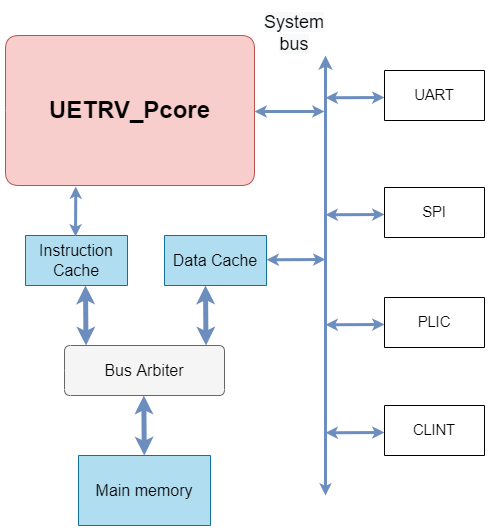
Above: docs/soc.png in ee-uet/UETRV_Pcore_doc (draw.io), before the change. Source tidied: cells renumbered, new cells last; positions are measured from the earlier drawing's top-left corner, leaving out a move shared by most shapes.
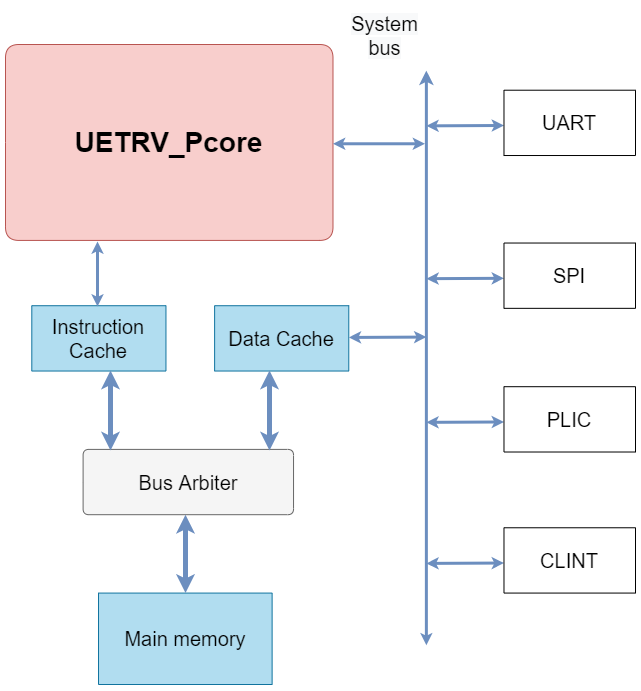
The same file after the commit.

What changed in the source:
```diff
@@ -2,115 +2,112 @@
   <root>
     <mxCell id="0" />
     <mxCell id="1" parent="0" />
-    <mxCell id="2" style="group;" parent="1" vertex="1">
-      <mxGeometry y="30" width="479" height="490" as="geometry" />
+    <mxCell id="2" value="&lt;div style=&quot;font-size: 28px;&quot;&gt;&lt;font face=&quot;helvetica&quot; style=&quot;font-size: 28px;&quot;&gt;UETRV_Pcore&lt;/font&gt;&lt;/div&gt;" style="verticalAlign=middle;align=center;vsdxID=1;fillColor=#f8cecc;gradientColor=none;shape=(stored shape, 192 characters);strokeColor=#b85450;spacingTop=-3;spacingBottom=-3;spacingLeft=-3;spacingRight=-3;labelBackgroundColor=none;rounded=1;html=1;whiteSpace=wrap;fontStyle=1;fontSize=28;arcSize=9;" parent="1" vertex="1">
+      <mxGeometry y="30" width="327.5" height="195.9" as="geometry" />
     </mxCell>
-    <mxCell id="3" value="&lt;div style=&quot;font-size: 24px;&quot;&gt;&lt;font face=&quot;helvetica&quot; style=&quot;font-size: 24px;&quot;&gt;UETRV_Pcore&lt;/font&gt;&lt;/div&gt;" style="verticalAlign=middle;align=center;vsdxID=1;fillColor=#f8cecc;gradientColor=none;shape=(stored shape, 192 characters);strokeColor=#b85450;spacingTop=-3;spacingBottom=-3;spacingLeft=-3;spacingRight=-3;labelBackgroundColor=none;rounded=1;html=1;whiteSpace=wrap;fontStyle=1;fontSize=24;arcSize=9;" parent="2" vertex="1">
-      <mxGeometry width="249" height="150" as="geometry" />
+    <mxCell id="3" value="&lt;div style=&quot;font-size: 20px;&quot;&gt;&lt;font style=&quot;font-size: 20px; font-family: helvetica; color: rgb(0, 0, 0); direction: ltr; letter-spacing: 0px; line-height: 120%; opacity: 1;&quot;&gt;Main memory&lt;/font&gt;&lt;/div&gt;" style="verticalAlign=middle;align=center;vsdxID=4;fillColor=#b1ddf0;shape=(stored shape, 160 characters);strokeColor=#10739e;spacingTop=-3;spacingBottom=-3;spacingLeft=-3;spacingRight=-3;labelBackgroundColor=none;rounded=0;html=1;whiteSpace=wrap;fontSize=20;" parent="1" vertex="1">
+      <mxGeometry x="93" y="578.6" width="173.6" height="91.4" as="geometry" />
     </mxCell>
-    <mxCell id="4" value="&lt;div style=&quot;font-size: 16px;&quot;&gt;&lt;font style=&quot;font-size: 16px; font-family: helvetica; color: rgb(0, 0, 0); direction: ltr; letter-spacing: 0px; line-height: 120%; opacity: 1;&quot;&gt;Main memory&lt;/font&gt;&lt;/div&gt;" style="verticalAlign=middle;align=center;vsdxID=4;fillColor=#b1ddf0;shape=(stored shape, 160 characters);strokeColor=#10739e;spacingTop=-3;spacingBottom=-3;spacingLeft=-3;spacingRight=-3;labelBackgroundColor=none;rounded=0;html=1;whiteSpace=wrap;fontSize=16;" parent="2" vertex="1">
-      <mxGeometry x="73" y="420" width="132" height="70" as="geometry" />
+    <mxCell id="4" value="&lt;div style=&quot;font-size: 20px;&quot;&gt;&lt;font style=&quot;font-size: 20px; font-family: helvetica; color: rgb(0, 0, 0); direction: ltr; letter-spacing: 0px; line-height: 120%; opacity: 1;&quot;&gt;Data Cache&lt;/font&gt;&lt;/div&gt;" style="verticalAlign=middle;align=center;vsdxID=4;fillColor=#b1ddf0;shape=(stored shape, 160 characters);strokeColor=#10739e;spacingTop=-3;spacingBottom=-3;spacingLeft=-3;spacingRight=-3;labelBackgroundColor=none;rounded=0;html=1;whiteSpace=wrap;fontSize=20;" parent="1" vertex="1">
+      <mxGeometry x="209.1" y="291.2" width="134.2" height="65.3" as="geometry" />
     </mxCell>
-    <mxCell id="5" value="&lt;div style=&quot;font-size: 16px;&quot;&gt;&lt;font style=&quot;font-size: 16px; font-family: helvetica; color: rgb(0, 0, 0); direction: ltr; letter-spacing: 0px; line-height: 120%; opacity: 1;&quot;&gt;Data Cache&lt;/font&gt;&lt;/div&gt;" style="verticalAlign=middle;align=center;vsdxID=4;fillColor=#b1ddf0;shape=(stored shape, 160 characters);strokeColor=#10739e;spacingTop=-3;spacingBottom=-3;spacingLeft=-3;spacingRight=-3;labelBackgroundColor=none;rounded=0;html=1;whiteSpace=wrap;fontSize=16;" parent="2" vertex="1">
-      <mxGeometry x="159" y="200" width="102" height="50" as="geometry" />
+    <mxCell id="5" value="&lt;div style=&quot;font-size: 20px;&quot;&gt;&lt;font style=&quot;font-size: 20px; font-family: helvetica; color: rgb(0, 0, 0); direction: ltr; letter-spacing: 0px; line-height: 120%; opacity: 1;&quot;&gt;Instruction Cache&lt;/font&gt;&lt;/div&gt;" style="verticalAlign=middle;align=center;vsdxID=4;fillColor=#b1ddf0;shape=(stored shape, 160 characters);strokeColor=#10739e;spacingTop=-3;spacingBottom=-3;spacingLeft=-3;spacingRight=-3;labelBackgroundColor=none;rounded=0;html=1;whiteSpace=wrap;fontSize=20;" parent="1" vertex="1">
+      <mxGeometry x="26.3" y="291.2" width="134.2" height="65.3" as="geometry" />
     </mxCell>
-    <mxCell id="6" value="&lt;div style=&quot;font-size: 16px;&quot;&gt;&lt;font style=&quot;font-size: 16px; font-family: helvetica; color: rgb(0, 0, 0); direction: ltr; letter-spacing: 0px; line-height: 120%; opacity: 1;&quot;&gt;Instruction Cache&lt;/font&gt;&lt;/div&gt;" style="verticalAlign=middle;align=center;vsdxID=4;fillColor=#b1ddf0;shape=(stored shape, 160 characters);strokeColor=#10739e;spacingTop=-3;spacingBottom=-3;spacingLeft=-3;spacingRight=-3;labelBackgroundColor=none;rounded=0;html=1;whiteSpace=wrap;fontSize=16;" parent="2" vertex="1">
-      <mxGeometry x="20" y="200" width="102" height="50" as="geometry" />
+    <mxCell id="6" value="&lt;div style=&quot;font-size: 20px;&quot;&gt;&lt;font style=&quot;font-size: 20px; font-family: Helvetica; color: rgb(0, 0, 0); direction: ltr; letter-spacing: 0px; line-height: 120%; opacity: 1;&quot;&gt;Bus Arbiter&lt;/font&gt;&lt;/div&gt;" style="verticalAlign=middle;align=center;vsdxID=14;fillColor=#f5f5f5;shape=(stored shape, 188 characters);strokeColor=#666666;spacingTop=-3;spacingBottom=-3;spacingLeft=-3;spacingRight=-3;labelBackgroundColor=none;rounded=1;html=1;whiteSpace=wrap;fontColor=#333333;arcSize=0;fontSize=20;" parent="1" vertex="1">
+      <mxGeometry x="77.6" y="434.9" width="210.4" height="65.3" as="geometry" />
     </mxCell>
-    <mxCell id="7" value="&lt;div style=&quot;font-size: 16px;&quot;&gt;&lt;font style=&quot;font-size: 16px; font-family: Helvetica; color: rgb(0, 0, 0); direction: ltr; letter-spacing: 0px; line-height: 120%; opacity: 1;&quot;&gt;Bus Arbiter&lt;/font&gt;&lt;/div&gt;" style="verticalAlign=middle;align=center;vsdxID=14;fillColor=#f5f5f5;shape=(stored shape, 188 characters);strokeColor=#666666;spacingTop=-3;spacingBottom=-3;spacingLeft=-3;spacingRight=-3;labelBackgroundColor=none;rounded=1;html=1;whiteSpace=wrap;fontColor=#333333;arcSize=0;fontSize=16;" parent="2" vertex="1">
-      <mxGeometry x="59" y="310" width="160" height="50" as="geometry" />
+    <mxCell id="7" style="vsdxID=16;edgeStyle=none;startArrow=classic;endArrow=classic;startSize=3;endSize=3;strokeColor=#6c8ebf;spacingTop=0;spacingBottom=0;spacingLeft=0;spacingRight=0;verticalAlign=middle;html=1;labelBackgroundColor=#ffffff;rounded=0;strokeWidth=3;fontSize=19;" parent="1" edge="1">
+      <mxGeometry relative="1" as="geometry">
+        <mxPoint x="327.5" y="129.3" as="sourcePoint" />
+        <mxPoint x="419.6" y="129.3" as="targetPoint" />
+        <mxPoint x="-30" y="102" as="offset" />
+      </mxGeometry>
     </mxCell>
-    <mxCell id="8" style="vsdxID=16;edgeStyle=none;startArrow=classic;endArrow=classic;startSize=3;endSize=3;strokeColor=#6c8ebf;spacingTop=0;spacingBottom=0;spacingLeft=0;spacingRight=0;verticalAlign=middle;html=1;labelBackgroundColor=#ffffff;rounded=0;strokeWidth=3;" parent="2" edge="1">
+    <mxCell id="8" style="vsdxID=2;edgeStyle=none;startArrow=classic;endArrow=classic;startSize=3;endSize=5;strokeColor=#6c8ebf;spacingTop=0;spacingBottom=0;spacingLeft=0;spacingRight=0;verticalAlign=middle;html=1;labelBackgroundColor=#ffffff;rounded=0;strokeWidth=3;fontSize=19;" parent="1" edge="1">
       <mxGeometry relative="1" as="geometry">
-        <mxPoint x="249" y="76" as="sourcePoint" />
-        <mxPoint x="319" y="76" as="targetPoint" />
-        <mxPoint x="-30" y="102" as="offset" />
+        <mxPoint x="420.9" y="630.8" as="sourcePoint" />
+        <mxPoint x="420.9" y="56.1" as="targetPoint" />
+        <mxPoint y="321" as="offset" />
       </mxGeometry>
     </mxCell>
-    <mxCell id="9" style="vsdxID=2;edgeStyle=none;startArrow=classic;endArrow=classic;startSize=3;endSize=5;strokeColor=#6c8ebf;spacingTop=0;spacingBottom=0;spacingLeft=0;spacingRight=0;verticalAlign=middle;html=1;labelBackgroundColor=#ffffff;rounded=0;strokeWidth=3;" parent="2" edge="1">
+    <mxCell id="9" style="vsdxID=16;edgeStyle=none;startArrow=classic;endArrow=classic;startSize=3;endSize=3;strokeColor=#6c8ebf;spacingTop=0;spacingBottom=0;spacingLeft=0;spacingRight=0;verticalAlign=middle;html=1;labelBackgroundColor=#ffffff;rounded=0;strokeWidth=3;fontSize=19;" parent="1" edge="1">
       <mxGeometry relative="1" as="geometry">
-        <mxPoint x="320" y="460" as="sourcePoint" />
-        <mxPoint x="320" y="20" as="targetPoint" />
-        <mxPoint y="321" as="offset" />
+        <mxPoint x="343.3" y="323" as="sourcePoint" />
+        <mxPoint x="420.9" y="322.6" as="targetPoint" />
+        <mxPoint x="-30" y="102" as="offset" />
       </mxGeometry>
     </mxCell>
-    <mxCell id="10" style="vsdxID=16;edgeStyle=none;startArrow=classic;endArrow=classic;startSize=3;endSize=3;strokeColor=#6c8ebf;spacingTop=0;spacingBottom=0;spacingLeft=0;spacingRight=0;verticalAlign=middle;html=1;labelBackgroundColor=#ffffff;rounded=0;strokeWidth=3;" parent="2" edge="1">
+    <mxCell id="10" style="vsdxID=16;edgeStyle=none;startArrow=classic;endArrow=classic;startSize=3;endSize=3;strokeColor=#6c8ebf;spacingTop=0;spacingBottom=0;spacingLeft=0;spacingRight=0;verticalAlign=middle;html=1;labelBackgroundColor=#ffffff;rounded=0;strokeWidth=3;fontSize=19;" parent="1" edge="1">
       <mxGeometry relative="1" as="geometry">
-        <mxPoint x="261" y="224.3" as="sourcePoint" />
-        <mxPoint x="320" y="224" as="targetPoint" />
+        <mxPoint x="420.9" y="111.4" as="sourcePoint" />
+        <mxPoint x="498.5" y="111" as="targetPoint" />
         <mxPoint x="-30" y="102" as="offset" />
       </mxGeometry>
     </mxCell>
-    <mxCell id="11" style="vsdxID=16;edgeStyle=none;startArrow=classic;endArrow=classic;startSize=3;endSize=3;strokeColor=#6c8ebf;spacingTop=0;spacingBottom=0;spacingLeft=0;spacingRight=0;verticalAlign=middle;html=1;labelBackgroundColor=#ffffff;rounded=0;strokeWidth=3;" parent="2" edge="1">
-      <mxGeometry relative="1" as="geometry">
-        <mxPoint x="320" y="62.3" as="sourcePoint" />
-        <mxPoint x="379" y="62" as="targetPoint" />
-        <mxPoint x="-30" y="102" as="offset" />
-      </mxGeometry>
+    <mxCell id="11" value="&lt;div style=&quot;font-size: 20px;&quot;&gt;&lt;font style=&quot;font-size: 20px; font-family: Helvetica; color: rgb(0, 0, 0); direction: ltr; letter-spacing: 0px; line-height: 120%; opacity: 1;&quot;&gt;UART&lt;/font&gt;&lt;/div&gt;" style="verticalAlign=middle;align=center;vsdxID=6;shape=(stored shape, 160 characters);spacingTop=-3;spacingBottom=-3;spacingLeft=-3;spacingRight=-3;labelBackgroundColor=none;rounded=0;html=1;whiteSpace=wrap;fontSize=20;" parent="1" vertex="1">
+      <mxGeometry x="498.5" y="75.7" width="131.5" height="65.3" as="geometry" />
     </mxCell>
-    <mxCell id="12" value="&lt;div style=&quot;font-size: 1px&quot;&gt;&lt;font style=&quot;font-size:14.55px;font-family:Helvetica;color:#000000;direction:ltr;letter-spacing:0px;line-height:120%;opacity:1&quot;&gt;UART&lt;/font&gt;&lt;/div&gt;" style="verticalAlign=middle;align=center;vsdxID=6;shape=(stored shape, 160 characters);spacingTop=-3;spacingBottom=-3;spacingLeft=-3;spacingRight=-3;labelBackgroundColor=none;rounded=0;html=1;whiteSpace=wrap;" parent="2" vertex="1">
-      <mxGeometry x="379" y="35" width="100" height="50" as="geometry" />
+    <mxCell id="12" style="vsdxID=16;edgeStyle=none;startArrow=classic;endArrow=classic;startSize=3;endSize=3;strokeColor=#6c8ebf;spacingTop=0;spacingBottom=0;spacingLeft=0;spacingRight=0;verticalAlign=middle;html=1;labelBackgroundColor=#ffffff;rounded=0;strokeWidth=3;fontSize=19;" parent="1" edge="1">
+      <mxGeometry relative="1" as="geometry">
+        <mxPoint x="420.9" y="264.2" as="sourcePoint" />
+        <mxPoint x="498.5" y="263.8" as="targetPoint" />
+        <mxPoint x="-30" y="102" as="offset" />
+      </mxGeometry>
     </mxCell>
-    <mxCell id="13" style="vsdxID=16;edgeStyle=none;startArrow=classic;endArrow=classic;startSize=3;endSize=3;strokeColor=#6c8ebf;spacingTop=0;spacingBottom=0;spacingLeft=0;spacingRight=0;verticalAlign=middle;html=1;labelBackgroundColor=#ffffff;rounded=0;strokeWidth=3;" parent="2" edge="1">
-      <mxGeometry relative="1" as="geometry">
-        <mxPoint x="320" y="179.3" as="sourcePoint" />
-        <mxPoint x="379" y="179" as="targetPoint" />
-        <mxPoint x="-30" y="102" as="offset" />
-      </mxGeometry>
+    <mxCell id="13" value="&lt;div style=&quot;font-size: 20px;&quot;&gt;&lt;font style=&quot;font-size: 20px; font-family: Helvetica; color: rgb(0, 0, 0); direction: ltr; letter-spacing: 0px; line-height: 120%; opacity: 1;&quot;&gt;SPI&lt;/font&gt;&lt;/div&gt;" style="verticalAlign=middle;align=center;vsdxID=6;shape=(stored shape, 160 characters);spacingTop=-3;spacingBottom=-3;spacingLeft=-3;spacingRight=-3;labelBackgroundColor=none;rounded=0;html=1;whiteSpace=wrap;fontSize=20;" parent="1" vertex="1">
+      <mxGeometry x="498.5" y="228.5" width="131.5" height="65.3" as="geometry" />
     </mxCell>
-    <mxCell id="14" value="&lt;div style=&quot;font-size: 1px&quot;&gt;&lt;font style=&quot;font-size:14.55px;font-family:Helvetica;color:#000000;direction:ltr;letter-spacing:0px;line-height:120%;opacity:1&quot;&gt;SPI&lt;/font&gt;&lt;/div&gt;" style="verticalAlign=middle;align=center;vsdxID=6;shape=(stored shape, 160 characters);spacingTop=-3;spacingBottom=-3;spacingLeft=-3;spacingRight=-3;labelBackgroundColor=none;rounded=0;html=1;whiteSpace=wrap;" parent="2" vertex="1">
-      <mxGeometry x="379" y="152" width="100" height="50" as="geometry" />
+    <mxCell id="14" style="vsdxID=16;edgeStyle=none;startArrow=classic;endArrow=classic;startSize=3;endSize=3;strokeColor=#6c8ebf;spacingTop=0;spacingBottom=0;spacingLeft=0;spacingRight=0;verticalAlign=middle;html=1;labelBackgroundColor=#ffffff;rounded=0;strokeWidth=3;fontSize=19;" parent="1" edge="1">
+      <mxGeometry relative="1" as="geometry">
+        <mxPoint x="420.9" y="407.8" as="sourcePoint" />
+        <mxPoint x="498.5" y="407.5" as="targetPoint" />
+        <mxPoint x="-30" y="102" as="offset" />
+      </mxGeometry>
     </mxCell>
-    <mxCell id="15" style="vsdxID=16;edgeStyle=none;startArrow=classic;endArrow=classic;startSize=3;endSize=3;strokeColor=#6c8ebf;spacingTop=0;spacingBottom=0;spacingLeft=0;spacingRight=0;verticalAlign=middle;html=1;labelBackgroundColor=#ffffff;rounded=0;strokeWidth=3;" parent="2" edge="1">
-      <mxGeometry relative="1" as="geometry">
-        <mxPoint x="320" y="289.3" as="sourcePoint" />
-        <mxPoint x="379" y="289" as="targetPoint" />
-        <mxPoint x="-30" y="102" as="offset" />
-      </mxGeometry>
+    <mxCell id="15" value="&lt;div style=&quot;font-size: 20px;&quot;&gt;&lt;font style=&quot;font-size: 20px; font-family: Helvetica; color: rgb(0, 0, 0); direction: ltr; letter-spacing: 0px; line-height: 120%; opacity: 1;&quot;&gt;PLIC&lt;/font&gt;&lt;/div&gt;" style="verticalAlign=middle;align=center;vsdxID=6;shape=(stored shape, 160 characters);spacingTop=-3;spacingBottom=-3;spacingLeft=-3;spacingRight=-3;labelBackgroundColor=none;rounded=0;html=1;whiteSpace=wrap;fontSize=20;" parent="1" vertex="1">
+      <mxGeometry x="498.5" y="372.2" width="131.5" height="65.3" as="geometry" />
     </mxCell>
-    <mxCell id="16" value="&lt;div style=&quot;font-size: 1px&quot;&gt;&lt;font style=&quot;font-size:14.55px;font-family:Helvetica;color:#000000;direction:ltr;letter-spacing:0px;line-height:120%;opacity:1&quot;&gt;PLIC&lt;/font&gt;&lt;/div&gt;" style="verticalAlign=middle;align=center;vsdxID=6;shape=(stored shape, 160 characters);spacingTop=-3;spacingBottom=-3;spacingLeft=-3;spacingRight=-3;labelBackgroundColor=none;rounded=0;html=1;whiteSpace=wrap;" parent="2" vertex="1">
-      <mxGeometry x="379" y="262" width="100" height="50" as="geometry" />
+    <mxCell id="16" style="vsdxID=16;edgeStyle=none;startArrow=classic;endArrow=classic;startSize=3;endSize=3;strokeColor=#6c8ebf;spacingTop=0;spacingBottom=0;spacingLeft=0;spacingRight=0;verticalAlign=middle;html=1;labelBackgroundColor=#ffffff;rounded=0;strokeWidth=3;fontSize=19;" parent="1" edge="1">
+      <mxGeometry relative="1" as="geometry">
+        <mxPoint x="420.9" y="548.9" as="sourcePoint" />
+        <mxPoint x="498.5" y="548.5" as="targetPoint" />
+        <mxPoint x="-30" y="102" as="offset" />
+      </mxGeometry>
     </mxCell>
-    <mxCell id="17" style="vsdxID=16;edgeStyle=none;startArrow=classic;endArrow=classic;startSize=3;endSize=3;strokeColor=#6c8ebf;spacingTop=0;spacingBottom=0;spacingLeft=0;spacingRight=0;verticalAlign=middle;html=1;labelBackgroundColor=#ffffff;rounded=0;strokeWidth=3;" parent="2" edge="1">
-      <mxGeometry relative="1" as="geometry">
-        <mxPoint x="320" y="397.3" as="sourcePoint" />
-        <mxPoint x="379" y="397" as="targetPoint" />
-        <mxPoint x="-30" y="102" as="offset" />
-      </mxGeometry>
+    <mxCell id="17" value="&lt;div style=&quot;font-size: 20px;&quot;&gt;&lt;font style=&quot;font-size: 20px; font-family: Helvetica; color: rgb(0, 0, 0); direction: ltr; letter-spacing: 0px; line-height: 120%; opacity: 1;&quot;&gt;CLINT&lt;/font&gt;&lt;/div&gt;" style="verticalAlign=middle;align=center;vsdxID=6;shape=(stored shape, 160 characters);spacingTop=-3;spacingBottom=-3;spacingLeft=-3;spacingRight=-3;labelBackgroundColor=none;rounded=0;html=1;whiteSpace=wrap;fontSize=20;" parent="1" vertex="1">
+      <mxGeometry x="498.5" y="513.3" width="131.5" height="65.3" as="geometry" />
     </mxCell>
-    <mxCell id="18" value="&lt;div style=&quot;font-size: 1px&quot;&gt;&lt;font style=&quot;font-size:14.55px;font-family:Helvetica;color:#000000;direction:ltr;letter-spacing:0px;line-height:120%;opacity:1&quot;&gt;CLINT&lt;/font&gt;&lt;/div&gt;" style="verticalAlign=middle;align=center;vsdxID=6;shape=(stored shape, 160 characters);spacingTop=-3;spacingBottom=-3;spacingLeft=-3;spacingRight=-3;labelBackgroundColor=none;rounded=0;html=1;whiteSpace=wrap;" parent="2" vertex="1">
-      <mxGeometry x="379" y="370" width="100" height="50" as="geometry" />
+    <mxCell id="18" style="vsdxID=16;edgeStyle=none;startArrow=classic;endArrow=classic;startSize=3;endSize=3;strokeColor=#6c8ebf;spacingTop=0;spacingBottom=0;spacingLeft=0;spacingRight=0;verticalAlign=middle;html=1;labelBackgroundColor=#ffffff;rounded=0;strokeWidth=5;fontSize=19;" parent="1" edge="1">
+      <mxGeometry relative="1" as="geometry">
+        <mxPoint x="105" y="436" as="sourcePoint" />
+        <mxPoint x="105" y="356" as="targetPoint" />
+        <mxPoint x="-30" y="102" as="offset" />
+      </mxGeometry>
     </mxCell>
-    <mxCell id="19" style="vsdxID=16;edgeStyle=none;startArrow=classic;endArrow=classic;startSize=3;endSize=3;strokeColor=#6c8ebf;spacingTop=0;spacingBottom=0;spacingLeft=0;spacingRight=0;verticalAlign=middle;html=1;labelBackgroundColor=#ffffff;rounded=0;strokeWidth=5;" parent="2" edge="1">
+    <mxCell id="19" style="vsdxID=16;edgeStyle=none;startArrow=classic;endArrow=classic;startSize=3;endSize=3;strokeColor=#6c8ebf;spacingTop=0;spacingBottom=0;spacingLeft=0;spacingRight=0;verticalAlign=middle;html=1;labelBackgroundColor=#ffffff;rounded=0;strokeWidth=5;fontSize=19;" parent="1" edge="1">
       <mxGeometry relative="1" as="geometry">
-        <mxPoint x="200.5" y="310" as="sourcePoint" />
-        <mxPoint x="200" y="250" as="targetPoint" />
+        <mxPoint x="180" y="578.6" as="sourcePoint" />
+        <mxPoint x="180" y="500.2" as="targetPoint" />
         <mxPoint x="-30" y="102" as="offset" />
       </mxGeometry>
     </mxCell>
-    <mxCell id="20" style="vsdxID=16;edgeStyle=none;startArrow=classic;endArrow=classic;startSize=3;endSize=3;strokeColor=#6c8ebf;spacingTop=0;spacingBottom=0;spacingLeft=0;spacingRight=0;verticalAlign=middle;html=1;labelBackgroundColor=#ffffff;rounded=0;strokeWidth=5;" parent="2" edge="1">
+    <mxCell id="20" style="vsdxID=16;edgeStyle=none;startArrow=classic;endArrow=classic;startSize=3;endSize=3;strokeColor=#6c8ebf;spacingTop=0;spacingBottom=0;spacingLeft=0;spacingRight=0;verticalAlign=middle;html=1;labelBackgroundColor=#ffffff;rounded=0;strokeWidth=3;fontSize=19;" parent="1" edge="1">
       <mxGeometry relative="1" as="geometry">
-        <mxPoint x="80.5" y="310" as="sourcePoint" />
-        <mxPoint x="80" y="250" as="targetPoint" />
+        <mxPoint x="92" y="292" as="sourcePoint" />
+        <mxPoint x="92" y="227" as="targetPoint" />
         <mxPoint x="-30" y="102" as="offset" />
       </mxGeometry>
     </mxCell>
-    <mxCell id="21" style="vsdxID=16;edgeStyle=none;startArrow=classic;endArrow=classic;startSize=3;endSize=3;strokeColor=#6c8ebf;spacingTop=0;spacingBottom=0;spacingLeft=0;spacingRight=0;verticalAlign=middle;html=1;labelBackgroundColor=#ffffff;rounded=0;strokeWidth=5;" parent="2" edge="1">
-      <mxGeometry relative="1" as="geometry">
-        <mxPoint x="138.8" y="420" as="sourcePoint" />
-        <mxPoint x="138.3" y="360" as="targetPoint" />
-        <mxPoint x="-30" y="102" as="offset" />
-      </mxGeometry>
+    <mxCell id="21" value="&lt;span style=&quot;color: rgb(0, 0, 0); font-family: Helvetica; font-size: 20px; font-style: normal; font-variant-ligatures: normal; font-variant-caps: normal; font-weight: 400; letter-spacing: normal; orphans: 2; text-indent: 0px; text-transform: none; widows: 2; word-spacing: 0px; -webkit-text-stroke-width: 0px; background-color: rgb(248, 249, 250); text-decoration-thickness: initial; text-decoration-style: initial; text-decoration-color: initial; float: none; display: inline !important;&quot;&gt;System bus&lt;/span&gt;" style="text;whiteSpace=wrap;html=1;align=center;fontSize=20;" parent="1" vertex="1">
+      <mxGeometry x="327.5" y="-9.2" width="105.2" height="65.3" as="geometry" />
     </mxCell>
-    <mxCell id="22" style="vsdxID=16;edgeStyle=none;startArrow=classic;endArrow=classic;startSize=3;endSize=3;strokeColor=#6c8ebf;spacingTop=0;spacingBottom=0;spacingLeft=0;spacingRight=0;verticalAlign=middle;html=1;labelBackgroundColor=#ffffff;rounded=0;strokeWidth=3;" parent="2" edge="1">
+    <mxCell id="22" style="vsdxID=16;edgeStyle=none;startArrow=classic;endArrow=classic;startSize=3;endSize=3;strokeColor=#6c8ebf;spacingTop=0;spacingBottom=0;spacingLeft=0;spacingRight=0;verticalAlign=middle;html=1;labelBackgroundColor=#ffffff;rounded=0;strokeWidth=5;fontSize=19;" parent="1" edge="1">
       <mxGeometry relative="1" as="geometry">
-        <mxPoint x="70" y="201" as="sourcePoint" />
-        <mxPoint x="70.3" y="151" as="targetPoint" />
+        <mxPoint x="264" y="436" as="sourcePoint" />
+        <mxPoint x="264" y="356" as="targetPoint" />
         <mxPoint x="-30" y="102" as="offset" />
       </mxGeometry>
     </mxCell>
-    <mxCell id="23" value="&lt;span style=&quot;color: rgb(0, 0, 0); font-family: Helvetica; font-size: 18px; font-style: normal; font-variant-ligatures: normal; font-variant-caps: normal; font-weight: 400; letter-spacing: normal; orphans: 2; text-indent: 0px; text-transform: none; widows: 2; word-spacing: 0px; -webkit-text-stroke-width: 0px; background-color: rgb(248, 249, 250); text-decoration-thickness: initial; text-decoration-style: initial; text-decoration-color: initial; float: none; display: inline !important;&quot;&gt;System bus&lt;/span&gt;" style="text;whiteSpace=wrap;html=1;align=center;fontSize=18;" parent="2" vertex="1">
-      <mxGeometry x="249" y="-30" width="80" height="50" as="geometry" />
-    </mxCell>
   </root>
 </mxGraphModel>
```
